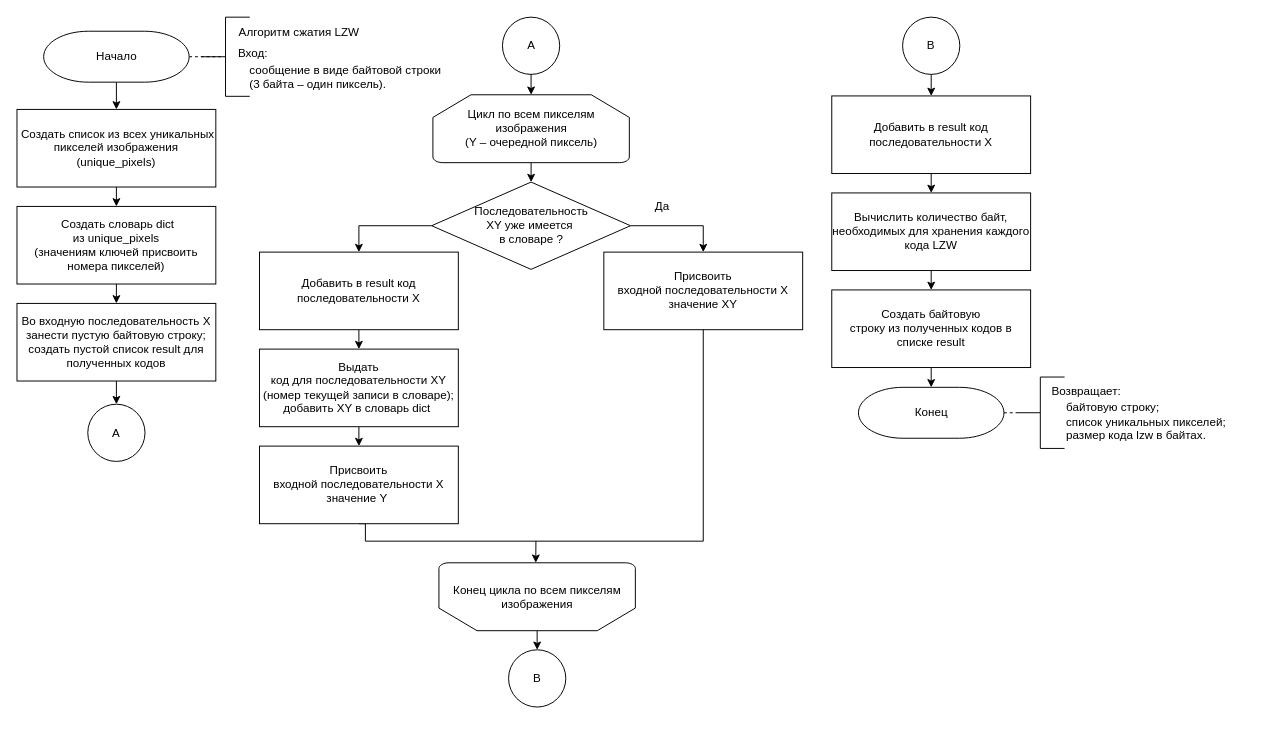
kovkir/bmstu-magistracy-diploma keeps this draw.io diagram as docs/schemes/presentation/lzw.drawio. Above is the earlier version. Source tidied: cells renumbered, new cells numbered last; positions are measured from the earlier drawing's top-left corner, leaving out a move shared by most shapes. Both pictures are drawn from the tidied source at 97%, with x=0, y=0 at pixel (16, 16).
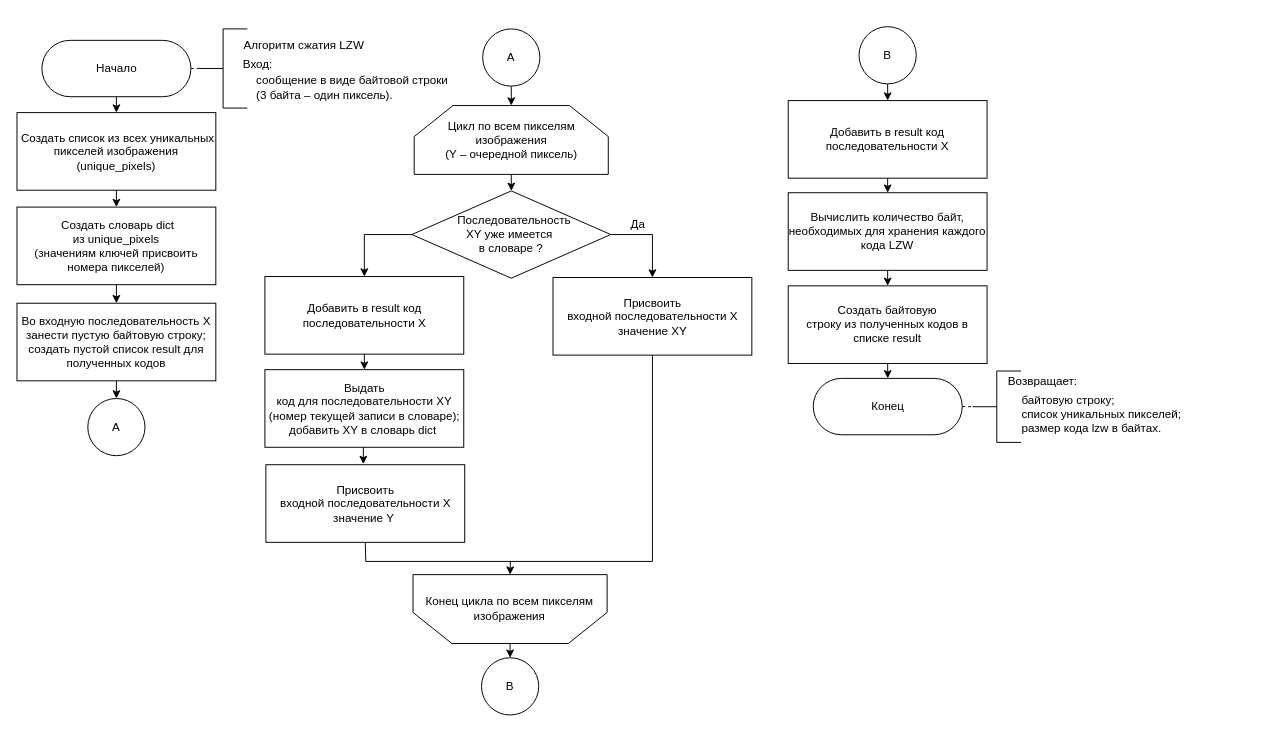
Above is the later version.

The edit, as a diff of the source:
```diff
@@
-    <mxCell id="2" style="edgeStyle=none;html=1;entryX=0;entryY=0.5;entryDx=0;entryDy=0;entryPerimeter=0;fontSize=12;endArrow=none;endFill=0;dashed=1;exitX=1;exitY=0.5;exitDx=0;exitDy=0;exitPerimeter=0;" parent="1" edge="1" source="4">
-      <mxGeometry relative="1" as="geometry">
-        <mxPoint x="210" y="41" as="targetPoint" />
-      </mxGeometry>
-    </mxCell>
+    <mxCell id="48" style="edgeStyle=none;html=1;entryX=0;entryY=0.5;entryDx=0;entryDy=0;entryPerimeter=0;fontSize=12;endArrow=none;endFill=0;dashed=1;exitX=0;exitY=0.5;exitDx=0;exitDy=0;" parent="1" edge="1" source="4" target="49">
+      <mxGeometry relative="1" as="geometry" />
+    </mxCell>
-    <mxCell id="3" style="edgeStyle=none;html=1;exitX=0.5;exitY=1;exitDx=0;exitDy=0;exitPerimeter=0;entryX=0.5;entryY=0;entryDx=0;entryDy=0;" parent="1" edge="1" source="4" target="30">
+    <mxCell id="3" style="edgeStyle=none;html=1;exitX=0.5;exitY=0;exitDx=0;exitDy=0;entryX=0.5;entryY=0;entryDx=0;entryDy=0;" parent="1" edge="1" source="4" target="30">
       <mxGeometry relative="1" as="geometry" />
     </mxCell>
-    <mxCell id="4" value="Начало" style="strokeWidth=1;html=1;shape=mxgraph.flowchart.terminator;whiteSpace=wrap;strokeColor=default;gradientColor=none;" parent="1" vertex="1">
-      <mxGeometry x="27.5" y="14.7" width="150" height="52.5" as="geometry" />
-    </mxCell>
-    <mxCell id="5" style="strokeWidth=1;html=1;shape=mxgraph.flowchart.annotation_2;align=left;labelPosition=right;strokeColor=default;fontSize=13;gradientColor=none;" parent="1" vertex="1">
-      <mxGeometry x="190" y="0.2" width="50" height="81.6" as="geometry" />
-    </mxCell>
+    <mxCell id="49" style="strokeWidth=1;html=1;shape=mxgraph.flowchart.annotation_2;align=left;labelPosition=right;strokeColor=default;fontSize=13;gradientColor=none;" parent="1" vertex="1">
+      <mxGeometry x="187.5" y="12.3" width="50" height="81.6" as="geometry" />
+    </mxCell>
     <mxCell id="6" value="&lt;span style=&quot;font-size: 12px;&quot;&gt;&lt;font style=&quot;color: rgb(0, 0, 0);&quot;&gt;Алгоритм сжатия LZW&lt;/font&gt;&lt;/span&gt;" style="text;html=1;align=left;verticalAlign=middle;strokeColor=none;fillColor=none;fontSize=13;strokeWidth=1;" parent="1" vertex="1">
-      <mxGeometry x="227" y="0.2" width="150" height="30" as="geometry" />
+      <mxGeometry x="232" y="13" width="150" height="30" as="geometry" />
     </mxCell>
     <mxCell id="7" value="Вход:" style="text;html=1;align=center;verticalAlign=middle;strokeColor=none;fillColor=none;fontSize=12;" parent="1" vertex="1">
-      <mxGeometry x="217.5" y="23.3" width="50" height="30" as="geometry" />
+      <mxGeometry x="222.5" y="34.1" width="50" height="30" as="geometry" />
     </mxCell>
     <mxCell id="8" value="&lt;font&gt;&lt;font style=&quot;color: rgb(0, 0, 0);&quot;&gt;сообщение в виде&amp;nbsp;&lt;/font&gt;&lt;span style=&quot;background-color: transparent;&quot;&gt;&lt;font style=&quot;color: rgb(0, 0, 0);&quot;&gt;байтовой строки&lt;/font&gt;&lt;/span&gt;&lt;/font&gt;&lt;div&gt;&lt;span style=&quot;background-color: transparent;&quot;&gt;&lt;font style=&quot;color: rgb(0, 0, 0);&quot;&gt;(3 байта – один пиксель).&lt;/font&gt;&lt;/span&gt;&lt;/div&gt;" style="text;html=1;align=left;verticalAlign=middle;strokeColor=none;fillColor=none;fontSize=12;" parent="1" vertex="1">
-      <mxGeometry x="237.5" y="41.8" width="230" height="40" as="geometry" />
+      <mxGeometry x="245" y="52.6" width="230" height="40" as="geometry" />
     </mxCell>
@@
     <mxCell id="10" value="&amp;nbsp;Создать словарь dict из&amp;nbsp;&lt;span style=&quot;color: rgb(0, 0, 0);&quot;&gt;unique_pixels&lt;/span&gt;&lt;div&gt;&lt;font style=&quot;color: rgb(0, 0, 0);&quot;&gt;(значениям ключей присвоить номера пикселей)&lt;/font&gt;&lt;/div&gt;" style="rounded=0;whiteSpace=wrap;html=1;strokeColor=default;strokeWidth=1;fontSize=12;gradientColor=none;" parent="1" vertex="1">
-      <mxGeometry y="195.3" width="205" height="80" as="geometry" />
+      <mxGeometry y="196" width="205" height="80" as="geometry" />
     </mxCell>
@@
     <mxCell id="12" value="&lt;span style=&quot;color: rgb(0, 0, 0);&quot;&gt;Добавить в result код последовательности X&lt;/span&gt;" style="rounded=0;whiteSpace=wrap;html=1;strokeColor=default;strokeWidth=1;fontSize=12;gradientColor=none;" parent="1" vertex="1">
-      <mxGeometry x="840" y="81.4" width="205" height="80" as="geometry" />
+      <mxGeometry x="795.1" y="86.2" width="205" height="80" as="geometry" />
     </mxCell>
@@
-    <mxCell id="15" value="&lt;span style=&quot;color: rgb(0, 0, 0);&quot;&gt;Последовательность&lt;/span&gt;&lt;div&gt;&lt;font style=&quot;color: rgb(0, 0, 0);&quot;&gt;XY уже имеется&amp;nbsp;&lt;/font&gt;&lt;/div&gt;&lt;div&gt;&lt;font style=&quot;color: rgb(0, 0, 0);&quot;&gt;в словаре ?&lt;/font&gt;&lt;/div&gt;" style="rhombus;whiteSpace=wrap;html=1;" parent="1" vertex="1">
-      <mxGeometry x="427.5" y="170.2" width="205" height="90" as="geometry" />
+    <mxCell id="15" value="&lt;span style=&quot;color: rgb(0, 0, 0);&quot;&gt;&amp;nbsp; Последовательность&lt;/span&gt;&lt;div&gt;&lt;font style=&quot;color: rgb(0, 0, 0);&quot;&gt;XY уже имеется&amp;nbsp;&lt;/font&gt;&lt;/div&gt;&lt;div&gt;&lt;font style=&quot;color: rgb(0, 0, 0);&quot;&gt;в словаре ?&lt;/font&gt;&lt;/div&gt;" style="rhombus;whiteSpace=wrap;html=1;" parent="1" vertex="1">
+      <mxGeometry x="407.1" y="179.3" width="205" height="90" as="geometry" />
     </mxCell>
     <mxCell id="16" value="Присвоить входной&amp;nbsp;&lt;span style=&quot;color: rgb(0, 0, 0);&quot;&gt;последовательности&lt;/span&gt;&amp;nbsp;X значение XY" style="rounded=0;whiteSpace=wrap;html=1;strokeColor=default;strokeWidth=1;fontSize=12;gradientColor=none;" parent="1" vertex="1">
-      <mxGeometry x="605" y="242.4" width="205" height="80" as="geometry" />
+      <mxGeometry x="552.6" y="268.6" width="205" height="80" as="geometry" />
     </mxCell>
-    <mxCell id="17" style="edgeStyle=orthogonalEdgeStyle;rounded=0;html=1;exitX=0.5;exitY=1;exitDx=0;exitDy=0;endArrow=classic;endFill=1;" parent="1" edge="1" source="18" target="20">
+    <mxCell id="17" style="edgeStyle=orthogonalEdgeStyle;rounded=0;html=1;exitX=0.5;exitY=1;exitDx=0;exitDy=0;endArrow=classic;endFill=1;entryX=0.49;entryY=-0.009;entryDx=0;entryDy=0;entryPerimeter=0;" parent="1" edge="1" source="18" target="20">
       <mxGeometry relative="1" as="geometry" />
     </mxCell>
     <mxCell id="18" value="&lt;font style=&quot;color: rgb(0, 0, 0);&quot;&gt;Выдать код&amp;nbsp;&lt;/font&gt;&lt;span style=&quot;background-color: transparent;&quot;&gt;для&amp;nbsp;&lt;/span&gt;&lt;span style=&quot;color: rgb(0, 0, 0);&quot;&gt;последовательности&lt;/span&gt;&lt;span style=&quot;background-color: transparent;&quot;&gt;&amp;nbsp;XY&lt;/span&gt;&lt;div&gt;&lt;span style=&quot;background-color: transparent;&quot;&gt;&lt;font style=&quot;color: rgb(0, 0, 0);&quot;&gt;(номер текущей записи в словаре);&lt;/font&gt;&lt;/span&gt;&lt;div&gt;&lt;div&gt;&lt;div&gt;&lt;font style=&quot;color: rgb(0, 0, 0);&quot;&gt;добавить XY в словарь dict&amp;nbsp;&lt;/font&gt;&lt;/div&gt;&lt;/div&gt;&lt;/div&gt;&lt;/div&gt;" style="rounded=0;whiteSpace=wrap;html=1;strokeColor=default;strokeWidth=1;fontSize=12;gradientColor=none;" parent="1" vertex="1">
-      <mxGeometry x="250" y="342.4" width="205" height="80" as="geometry" />
+      <mxGeometry x="255.6" y="363.6" width="205" height="80" as="geometry" />
     </mxCell>
-    <mxCell id="19" style="edgeStyle=orthogonalEdgeStyle;rounded=0;html=1;exitX=0.5;exitY=1;exitDx=0;exitDy=0;entryX=0.5;entryY=1;entryDx=0;entryDy=0;endArrow=none;endFill=0;" parent="1" edge="1" source="20" target="16">
+    <mxCell id="19" style="edgeStyle=orthogonalEdgeStyle;rounded=0;html=1;exitX=0.5;exitY=1;exitDx=0;exitDy=0;endArrow=none;endFill=0;entryX=0.5;entryY=1;entryDx=0;entryDy=0;" parent="1" edge="1" source="20" target="16">
       <mxGeometry relative="1" as="geometry">
         <Array as="points">
-          <mxPoint x="359.2" y="540.4" />
-          <mxPoint x="707.3" y="540.4" />
+          <mxPoint x="359.6" y="543.3" />
+          <mxPoint x="359.6" y="561.3" />
+          <mxPoint x="664.6" y="561.3" />
         </Array>
       </mxGeometry>
     </mxCell>
     <mxCell id="20" value="Присвоить входной&amp;nbsp;&lt;span style=&quot;color: rgb(0, 0, 0);&quot;&gt;последовательности&lt;/span&gt;&amp;nbsp;X значение Y&amp;nbsp;" style="rounded=0;whiteSpace=wrap;html=1;strokeColor=default;strokeWidth=1;fontSize=12;gradientColor=none;" parent="1" vertex="1">
-      <mxGeometry x="250" y="442.4" width="205" height="80" as="geometry" />
+      <mxGeometry x="256.6" y="461.6" width="205" height="80" as="geometry" />
     </mxCell>
@@
     <mxCell id="22" value="Вычислить количество байт, необходимых для хранения каждого кода LZW" style="rounded=0;whiteSpace=wrap;html=1;strokeColor=default;strokeWidth=1;fontSize=12;gradientColor=none;" parent="1" vertex="1">
-      <mxGeometry x="840" y="181.4" width="205" height="80" as="geometry" />
+      <mxGeometry x="795.1" y="181.2" width="205" height="80" as="geometry" />
     </mxCell>
-    <mxCell id="23" value="Конец" style="strokeWidth=1;html=1;shape=mxgraph.flowchart.terminator;whiteSpace=wrap;strokeColor=default;gradientColor=none;" parent="1" vertex="1">
-      <mxGeometry x="867.5" y="381.8" width="150" height="52.5" as="geometry" />
-    </mxCell>
-    <mxCell id="24" style="edgeStyle=none;html=1;entryX=0;entryY=0.5;entryDx=0;entryDy=0;entryPerimeter=0;fontSize=12;endArrow=none;endFill=0;dashed=1;exitX=1;exitY=0.5;exitDx=0;exitDy=0;exitPerimeter=0;" parent="1" edge="1" source="23" target="25">
-      <mxGeometry relative="1" as="geometry" />
-    </mxCell>
-    <mxCell id="25" style="strokeWidth=1;html=1;shape=mxgraph.flowchart.annotation_2;align=left;labelPosition=right;strokeColor=default;fontSize=13;gradientColor=none;" parent="1" vertex="1">
-      <mxGeometry x="1030" y="371.2" width="50" height="73.6" as="geometry" />
-    </mxCell>
+    <mxCell id="50" style="edgeStyle=none;html=1;entryX=0;entryY=0.5;entryDx=0;entryDy=0;entryPerimeter=0;fontSize=12;endArrow=none;endFill=0;dashed=1;exitX=0;exitY=0.5;exitDx=0;exitDy=0;" parent="1" edge="1" source="23" target="51">
+      <mxGeometry relative="1" as="geometry" />
+    </mxCell>
+    <mxCell id="51" style="strokeWidth=1;html=1;shape=mxgraph.flowchart.annotation_2;align=left;labelPosition=right;strokeColor=default;fontSize=13;gradientColor=none;" parent="1" vertex="1">
+      <mxGeometry x="985.1" y="365" width="50" height="73.6" as="geometry" />
+    </mxCell>
     <mxCell id="26" value="Возвращает:" style="text;html=1;align=left;verticalAlign=middle;strokeColor=none;fillColor=none;fontSize=12;" parent="1" vertex="1">
-      <mxGeometry x="1065" y="371.2" width="100" height="30" as="geometry" />
+      <mxGeometry x="1019.6" y="361.2" width="100" height="30" as="geometry" />
     </mxCell>
     <mxCell id="27" value="&lt;br&gt;байтовую строку;&lt;div&gt;&lt;font style=&quot;color: rgb(0, 0, 0);&quot;&gt;список уникальных пикселей;&lt;/font&gt;&lt;/div&gt;&lt;div&gt;&lt;font style=&quot;color: rgb(0, 0, 0);&quot;&gt;размер кода lzw в байтах.&lt;/font&gt;&lt;/div&gt;" style="text;html=1;align=left;verticalAlign=middle;strokeColor=none;fillColor=none;fontSize=12;" parent="1" vertex="1">
-      <mxGeometry x="1080" y="374.8" width="190" height="70" as="geometry" />
+      <mxGeometry x="1034.1" y="366.8" width="190" height="70" as="geometry" />
     </mxCell>
     <mxCell id="28" value="Да" style="text;html=1;align=center;verticalAlign=middle;strokeColor=none;fillColor=none;" parent="1" vertex="1">
-      <mxGeometry x="645" y="180.2" width="40" height="30" as="geometry" />
+      <mxGeometry x="619.6" y="199.3" width="40" height="30" as="geometry" />
     </mxCell>
@@
     <mxCell id="30" value="&amp;nbsp;Создать список из всех уникальных пикселей изображения (unique_pixels)" style="rounded=0;whiteSpace=wrap;html=1;strokeColor=default;strokeWidth=1;fontSize=12;gradientColor=none;" parent="1" vertex="1">
-      <mxGeometry y="95.3" width="205" height="80" as="geometry" />
+      <mxGeometry y="98.6" width="205" height="80" as="geometry" />
     </mxCell>
-    <mxCell id="31" style="edgeStyle=none;html=1;exitX=0.5;exitY=1;exitDx=0;exitDy=0;" parent="1" edge="1" source="32" target="23">
+    <mxCell id="31" style="edgeStyle=none;html=1;exitX=0.5;exitY=1;exitDx=0;exitDy=0;entryX=0.5;entryY=1;entryDx=0;entryDy=0;" parent="1" edge="1" source="32" target="23">
       <mxGeometry relative="1" as="geometry" />
     </mxCell>
     <mxCell id="32" value="&lt;div&gt;&lt;span style=&quot;color: rgb(0, 0, 0); background-color: transparent;&quot;&gt;Создать байтовую&lt;/span&gt;&lt;/div&gt;&lt;div&gt;&lt;span style=&quot;color: rgb(0, 0, 0);&quot;&gt;строку из полученных кодов в списке result&lt;/span&gt;&lt;/div&gt;" style="rounded=0;whiteSpace=wrap;html=1;strokeColor=default;strokeWidth=1;fontSize=12;gradientColor=none;" parent="1" vertex="1">
-      <mxGeometry x="840" y="281.4" width="205" height="80" as="geometry" />
+      <mxGeometry x="795.1" y="277.2" width="205" height="80" as="geometry" />
     </mxCell>
-    <mxCell id="33" style="edgeStyle=none;html=1;exitX=0.5;exitY=1;exitDx=0;exitDy=0;exitPerimeter=0;" parent="1" edge="1" source="34" target="15">
-      <mxGeometry relative="1" as="geometry" />
-    </mxCell>
-    <mxCell id="34" value="Цикл по всем пикселям изображения&lt;div&gt;&lt;font style=&quot;color: rgb(0, 0, 0);&quot;&gt;(Y – очередной пиксель)&lt;/font&gt;&lt;/div&gt;" style="strokeWidth=1;html=1;shape=mxgraph.flowchart.loop_limit;whiteSpace=wrap;" parent="1" vertex="1">
-      <mxGeometry x="428.8" y="80.2" width="202.5" height="70" as="geometry" />
-    </mxCell>
-    <mxCell id="35" style="edgeStyle=none;html=1;exitX=0.5;exitY=1;exitDx=0;exitDy=0;entryX=0.5;entryY=0;entryDx=0;entryDy=0;" parent="1" edge="1" source="36" target="46">
-      <mxGeometry relative="1" as="geometry" />
-    </mxCell>
+    <mxCell id="52" style="edgeStyle=none;html=1;exitX=0.5;exitY=1;exitDx=0;exitDy=0;exitPerimeter=0;" parent="1" edge="1" target="15">
+      <mxGeometry relative="1" as="geometry">
+        <mxPoint x="509.6" y="162.3" as="sourcePoint" />
+      </mxGeometry>
+    </mxCell>
+    <mxCell id="53" style="edgeStyle=none;html=1;exitX=0.5;exitY=1;exitDx=0;exitDy=0;entryX=0;entryY=0.5;entryDx=0;entryDy=0;" parent="1" edge="1" source="36" target="61">
+      <mxGeometry relative="1" as="geometry" />
+    </mxCell>
     <mxCell id="36" value="&lt;span style=&quot;background-color: transparent;&quot;&gt;&lt;font style=&quot;color: rgb(0, 0, 0);&quot;&gt;Во входную&amp;nbsp;&lt;/font&gt;&lt;/span&gt;&lt;span style=&quot;color: rgb(0, 0, 0);&quot;&gt;последовательность&lt;/span&gt;&lt;span style=&quot;background-color: transparent;&quot;&gt;&lt;font style=&quot;color: rgb(0, 0, 0);&quot;&gt;&amp;nbsp;X занести пустую байтовую строку;&lt;/font&gt;&lt;/span&gt;&lt;div&gt;&lt;font style=&quot;color: rgb(0, 0, 0);&quot;&gt;создать пустой список result для полученных кодов&lt;/font&gt;&lt;/div&gt;" style="rounded=0;whiteSpace=wrap;html=1;strokeColor=default;strokeWidth=1;fontSize=12;gradientColor=none;" parent="1" vertex="1">
-      <mxGeometry y="295.3" width="205" height="80" as="geometry" />
+      <mxGeometry y="295.1" width="205" height="80" as="geometry" />
     </mxCell>
@@
     <mxCell id="38" value="Добавить в result код последовательности X" style="rounded=0;whiteSpace=wrap;html=1;strokeColor=default;strokeWidth=1;fontSize=12;gradientColor=none;" parent="1" vertex="1">
-      <mxGeometry x="250" y="242.4" width="205" height="80" as="geometry" />
+      <mxGeometry x="255.6" y="267.6" width="205" height="80" as="geometry" />
     </mxCell>
-    <mxCell id="39" style="edgeStyle=none;html=1;exitX=0.5;exitY=0;exitDx=0;exitDy=0;exitPerimeter=0;entryX=0.5;entryY=0;entryDx=0;entryDy=0;" parent="1" edge="1" source="40" target="42">
-      <mxGeometry relative="1" as="geometry" />
-    </mxCell>
+    <mxCell id="54" style="edgeStyle=none;html=1;exitX=0.5;exitY=0;exitDx=0;exitDy=0;entryX=0.5;entryY=0;entryDx=0;entryDy=0;" parent="1" edge="1" source="40" target="56">
+      <mxGeometry relative="1" as="geometry" />
+    </mxCell>
+    <mxCell id="55" style="edgeStyle=none;html=1;entryX=0.5;entryY=1;entryDx=0;entryDy=0;" parent="1" edge="1" target="40">
+      <mxGeometry relative="1" as="geometry">
+        <mxPoint x="508.6" y="561.3" as="sourcePoint" />
+      </mxGeometry>
+    </mxCell>
+    <mxCell id="56" value="B" style="ellipse;whiteSpace=wrap;html=1;" parent="1" vertex="1">
+      <mxGeometry x="478.9" y="660.6" width="59" height="59" as="geometry" />
+    </mxCell>
+    <mxCell id="57" style="edgeStyle=none;html=1;exitX=0.5;exitY=1;exitDx=0;exitDy=0;entryX=0.5;entryY=0;entryDx=0;entryDy=0;" parent="1" edge="1" source="58" target="12">
+      <mxGeometry relative="1" as="geometry" />
+    </mxCell>
+    <mxCell id="58" value="B" style="ellipse;whiteSpace=wrap;html=1;" parent="1" vertex="1">
+      <mxGeometry x="868.1" y="10" width="59" height="59" as="geometry" />
+    </mxCell>
+    <mxCell id="59" style="edgeStyle=none;html=1;exitX=0.5;exitY=1;exitDx=0;exitDy=0;" parent="1" edge="1" source="60" target="34">
+      <mxGeometry relative="1" as="geometry" />
+    </mxCell>
+    <mxCell id="60" value="А" style="ellipse;whiteSpace=wrap;html=1;" parent="1" vertex="1">
+      <mxGeometry x="480.1" y="12.3" width="59" height="59" as="geometry" />
+    </mxCell>
+    <mxCell id="61" value="А" style="ellipse;whiteSpace=wrap;html=1;direction=south;" parent="1" vertex="1">
+      <mxGeometry x="73" y="393.3" width="59" height="59" as="geometry" />
+    </mxCell>
+    <mxCell id="34" value="&lt;span style=&quot;color: rgb(0, 0, 0);&quot;&gt;Цикл по всем пикселям изображения&lt;/span&gt;&lt;div&gt;&lt;font style=&quot;color: rgb(0, 0, 0);&quot;&gt;(Y – очередной пиксель)&lt;/font&gt;&lt;/div&gt;" style="shape=loopLimit;whiteSpace=wrap;html=1;size=40;" parent="1" vertex="1">
+      <mxGeometry x="409.5" y="91.3" width="200.1" height="71" as="geometry" />
+    </mxCell>
-    <mxCell id="40" value="Конец цикла по всем пикселям изображения" style="strokeWidth=1;html=1;shape=mxgraph.flowchart.loop_limit;whiteSpace=wrap;direction=west;" parent="1" vertex="1">
-      <mxGeometry x="435" y="562.7" width="202.5" height="70" as="geometry" />
+    <mxCell id="40" value="&lt;span style=&quot;color: rgb(0, 0, 0);&quot;&gt;Конец цикла по всем пикселям изображения&lt;/span&gt;" style="shape=loopLimit;whiteSpace=wrap;html=1;size=40;direction=west;" parent="1" vertex="1">
+      <mxGeometry x="408.3" y="574.9" width="200.1" height="71" as="geometry" />
     </mxCell>
-    <mxCell id="41" style="edgeStyle=none;html=1;entryX=0.507;entryY=1.001;entryDx=0;entryDy=0;entryPerimeter=0;" parent="1" edge="1" target="40">
-      <mxGeometry relative="1" as="geometry">
-        <mxPoint x="535" y="540.2" as="sourcePoint" />
-      </mxGeometry>
-    </mxCell>
-    <mxCell id="42" value="B" style="ellipse;whiteSpace=wrap;html=1;" parent="1" vertex="1">
-      <mxGeometry x="506.8" y="652.4" width="59" height="59" as="geometry" />
-    </mxCell>
-    <mxCell id="43" style="edgeStyle=none;html=1;exitX=0.5;exitY=1;exitDx=0;exitDy=0;entryX=0.5;entryY=0;entryDx=0;entryDy=0;" parent="1" edge="1" source="44" target="12">
-      <mxGeometry relative="1" as="geometry" />
-    </mxCell>
-    <mxCell id="44" value="B" style="ellipse;whiteSpace=wrap;html=1;" parent="1" vertex="1">
-      <mxGeometry x="913" y="0.2" width="59" height="59" as="geometry" />
-    </mxCell>
-    <mxCell id="45" value="A" style="ellipse;whiteSpace=wrap;html=1;" parent="1" vertex="1">
-      <mxGeometry x="500.5" y="0.2" width="59" height="59" as="geometry" />
-    </mxCell>
-    <mxCell id="46" value="A" style="ellipse;whiteSpace=wrap;html=1;" parent="1" vertex="1">
-      <mxGeometry x="73" y="399.2" width="59" height="59" as="geometry" />
-    </mxCell>
-    <mxCell id="47" style="edgeStyle=none;html=1;exitX=0.5;exitY=1;exitDx=0;exitDy=0;entryX=0.5;entryY=0;entryDx=0;entryDy=0;entryPerimeter=0;" parent="1" edge="1" source="45" target="34">
-      <mxGeometry relative="1" as="geometry" />
-    </mxCell>
+    <mxCell id="4" value="&lt;span style=&quot;color: rgb(0, 0, 0); font-family: Helvetica; font-size: 12px;&quot;&gt;Начало&lt;/span&gt;" style="rounded=1;whiteSpace=wrap;html=1;fontSize=14;spacing=3;strokeWidth=1;glass=0;flipH=1;flipV=0;rotation=0;direction=west;arcSize=50;fontFamily=Times New Roman;" parent="1" vertex="1">
+      <mxGeometry x="25.7" y="24.1" width="153.6" height="58.1" as="geometry" />
+    </mxCell>
+    <mxCell id="23" value="&lt;span style=&quot;color: rgb(0, 0, 0); font-family: Helvetica; font-size: 12px;&quot;&gt;Конец&lt;/span&gt;" style="rounded=1;whiteSpace=wrap;html=1;fontSize=14;spacing=3;strokeWidth=1;glass=0;flipH=1;flipV=0;rotation=0;direction=west;arcSize=50;fontFamily=Times New Roman;" parent="1" vertex="1">
+      <mxGeometry x="820.9" y="372.6" width="153.6" height="58.1" as="geometry" />
+    </mxCell>
```
